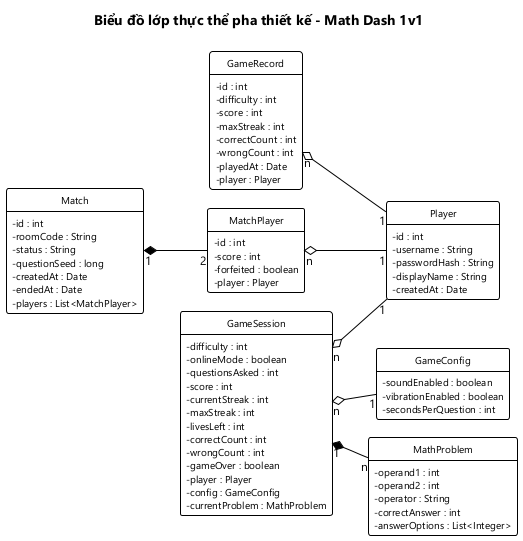
Earlier version of the PlantUML export docs/chung/lop-thuc-the-thiet-ke.png (HungNguyenBa1811/math-dash).
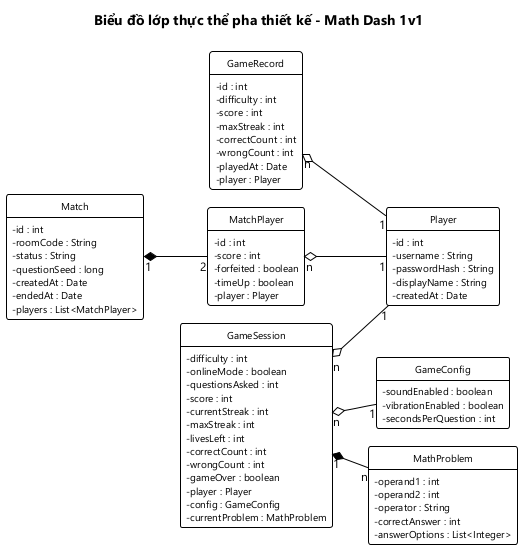
Above is the later version.

Diff of the diagram source:
```diff
@@ -76,6 +76,7 @@
   - id : int
   - score : int
   - forfeited : boolean
+  - timeUp : boolean
   - player : Player
 }
 
```
